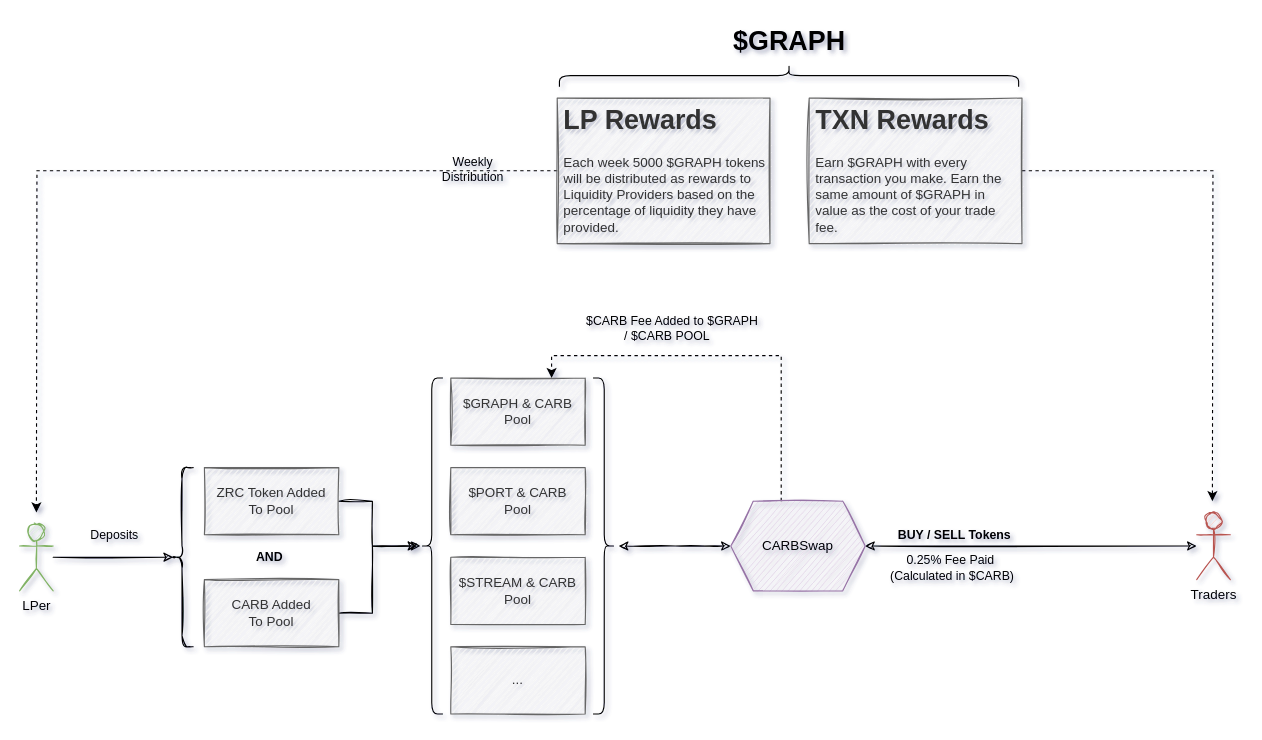
This is CarbSwapGraph.drawio from Carbon-Labs/Diagrams, a draw.io file, before an edit. Source tidied: cells renumbered, new cells numbered last; positions are measured from the earlier drawing's top-left corner, leaving out a move shared by most shapes. Both pictures are drawn from the tidied source at 112%, with x=0, y=0 at pixel (19, -155).
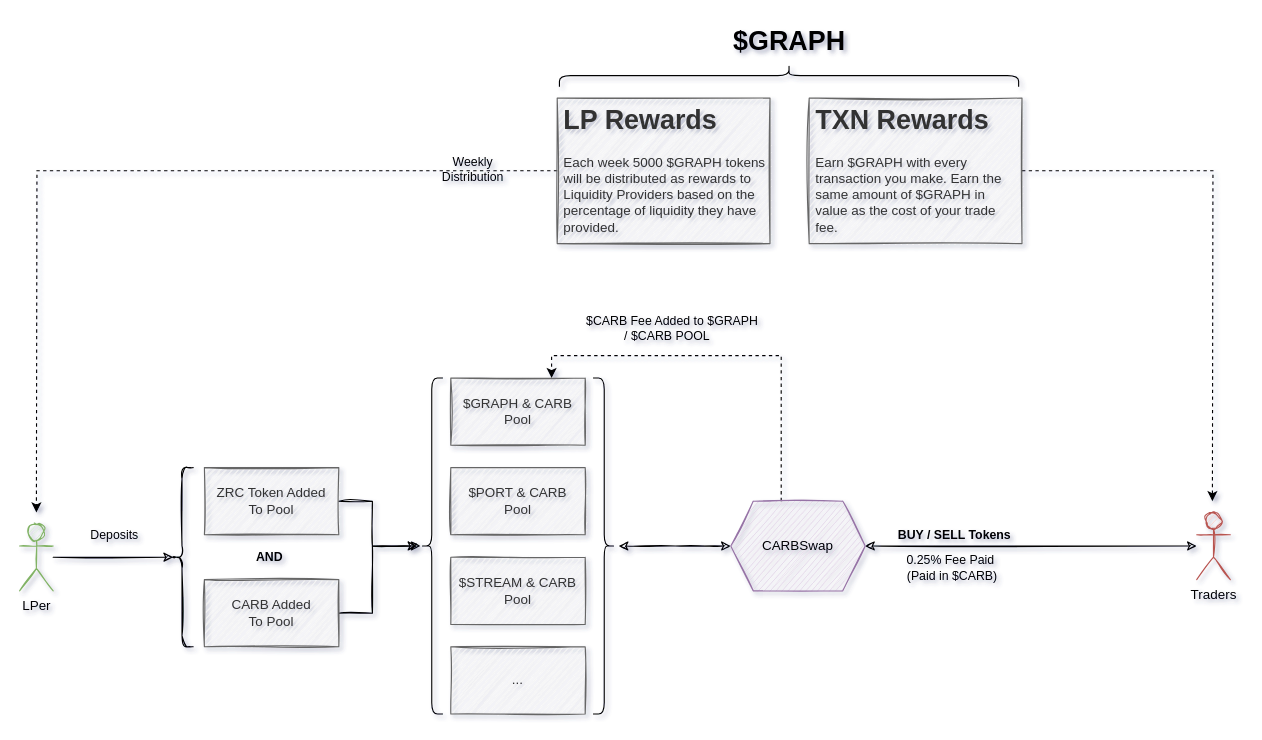
After the change.

What changed in the source:
```diff
@@
-    <mxCell id="30" value="0.25% Fee Paid&amp;nbsp;&lt;br&gt;(Calculated in $CARB)" style="text;html=1;strokeColor=none;fillColor=none;align=center;verticalAlign=middle;whiteSpace=wrap;rounded=0;labelBackgroundColor=none;fontSize=11;" parent="1" vertex="1">
+    <mxCell id="30" value="0.25% Fee Paid&amp;nbsp;&lt;br&gt;(Paid in $CARB)" style="text;html=1;strokeColor=none;fillColor=none;align=center;verticalAlign=middle;whiteSpace=wrap;rounded=0;labelBackgroundColor=none;fontSize=11;" parent="1" vertex="1">
       <mxGeometry x="755" y="635" width="156" height="20" as="geometry" />
     </mxCell>
```
